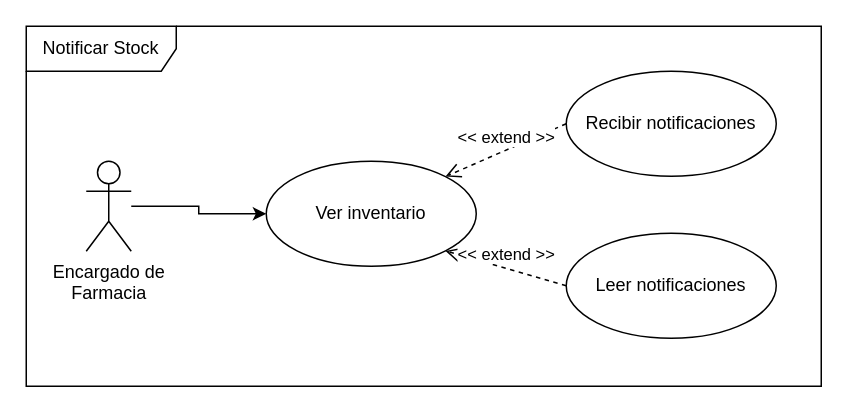
The draw.io diagram Casos de uso/Inventario/Notificar stock/Notificar_stock.drawio in EdgarRamirezFuentes/Sistema_CEDAE, before the edit. Source tidied: cells renumbered, new cells numbered last; positions are measured from the earlier drawing's top-left corner, leaving out a move shared by most shapes. Both pictures are drawn from the tidied source at 150%, with x=0, y=0 at pixel (26, 26).
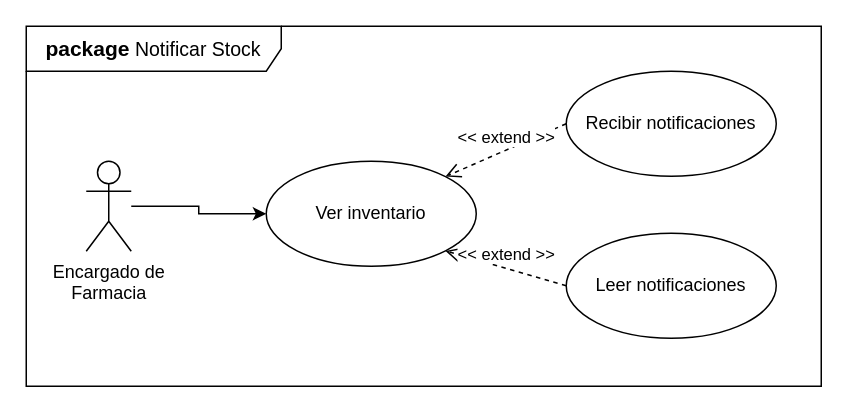
The same diagram, later.

What changed in the source:
```diff
@@
 <mxGraphModel background="#ffffff">
   <root>
     <mxCell id="0" />
     <mxCell id="1" parent="0" />
-    <mxCell id="2" value="Notificar Stock" style="shape=umlFrame;whiteSpace=wrap;html=1;width=100;height=30;" parent="1" vertex="1">
+    <mxCell id="2" value="&lt;b&gt;&lt;font style=&quot;font-size: 14px&quot;&gt;package&lt;/font&gt;&lt;/b&gt; Notificar Stock" style="shape=umlFrame;whiteSpace=wrap;html=1;width=170;height=30;fontSize=13;" parent="1" vertex="1">
       <mxGeometry width="530" height="240" as="geometry" />
     </mxCell>
     <mxCell id="3" value="Ver inventario" style="ellipse;whiteSpace=wrap;html=1;" parent="1" vertex="1">
       <mxGeometry x="160" y="90" width="140" height="70" as="geometry" />
     </mxCell>
     <mxCell id="4" value="Recibir notificaciones" style="ellipse;whiteSpace=wrap;html=1;" parent="1" vertex="1">
       <mxGeometry x="360" y="30" width="140" height="70" as="geometry" />
     </mxCell>
     <mxCell id="5" value="Leer notificaciones" style="ellipse;whiteSpace=wrap;html=1;" parent="1" vertex="1">
       <mxGeometry x="360" y="138" width="140" height="70" as="geometry" />
     </mxCell>
     <mxCell id="6" value="&amp;lt;&amp;lt; extend&amp;nbsp;&amp;gt;&amp;gt;" style="html=1;verticalAlign=bottom;endArrow=open;dashed=1;endSize=8;exitX=0;exitY=0.5;exitDx=0;exitDy=0;entryX=1;entryY=1;entryDx=0;entryDy=0;" parent="1" edge="1" source="5" target="3">
       <mxGeometry relative="1" as="geometry" />
     </mxCell>
     <mxCell id="7" value="&amp;lt;&amp;lt; extend &amp;gt;&amp;gt;" style="html=1;verticalAlign=bottom;endArrow=open;dashed=1;endSize=8;exitX=0;exitY=0.5;exitDx=0;exitDy=0;entryX=1;entryY=0;entryDx=0;entryDy=0;" parent="1" edge="1" source="4" target="3">
       <mxGeometry relative="1" as="geometry" />
     </mxCell>
     <mxCell id="8" style="edgeStyle=orthogonalEdgeStyle;rounded=0;jettySize=auto;html=1;entryX=0;entryY=0.5;entryDx=0;entryDy=0;" parent="1" edge="1" source="9" target="3">
       <mxGeometry relative="1" as="geometry" />
     </mxCell>
     <mxCell id="9" value="Encargado de&lt;br&gt;Farmacia" style="shape=umlActor;verticalLabelPosition=bottom;verticalAlign=top;html=1;" parent="1" vertex="1">
       <mxGeometry x="40" y="90" width="30" height="60" as="geometry" />
     </mxCell>
   </root>
 </mxGraphModel>
```
